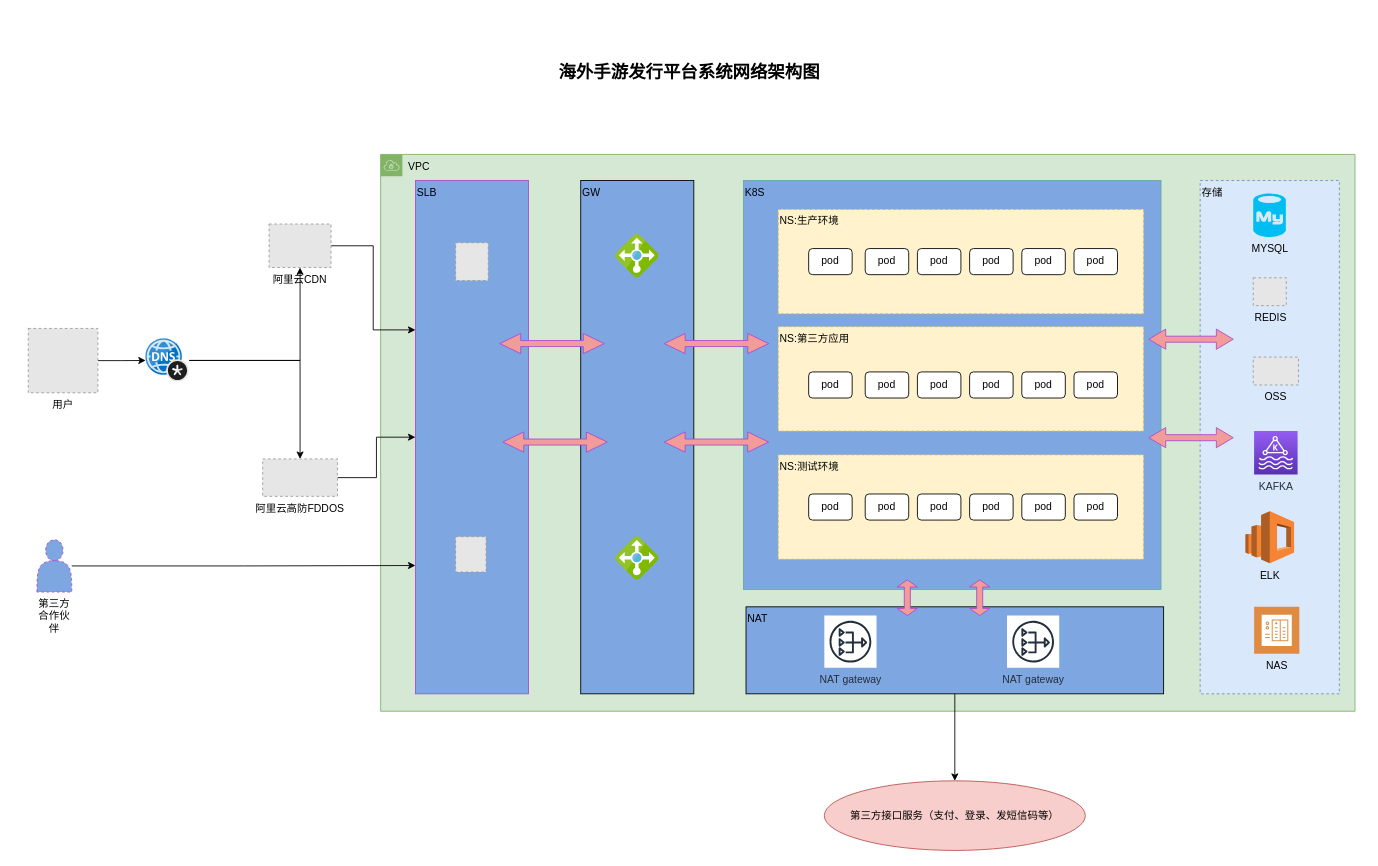
The draw.io diagram 未命名绘图.drawio in shijianhui/ops_doc, before the edit. Source tidied: cells renumbered, new cells numbered last; positions are measured from the earlier drawing's top-left corner, leaving out a move shared by most shapes. Both pictures are drawn from the tidied source at 87%, with x=0, y=0 at pixel (15, 15). Pictures stored in the file or linked from it are replaced by grey dashed boxes.
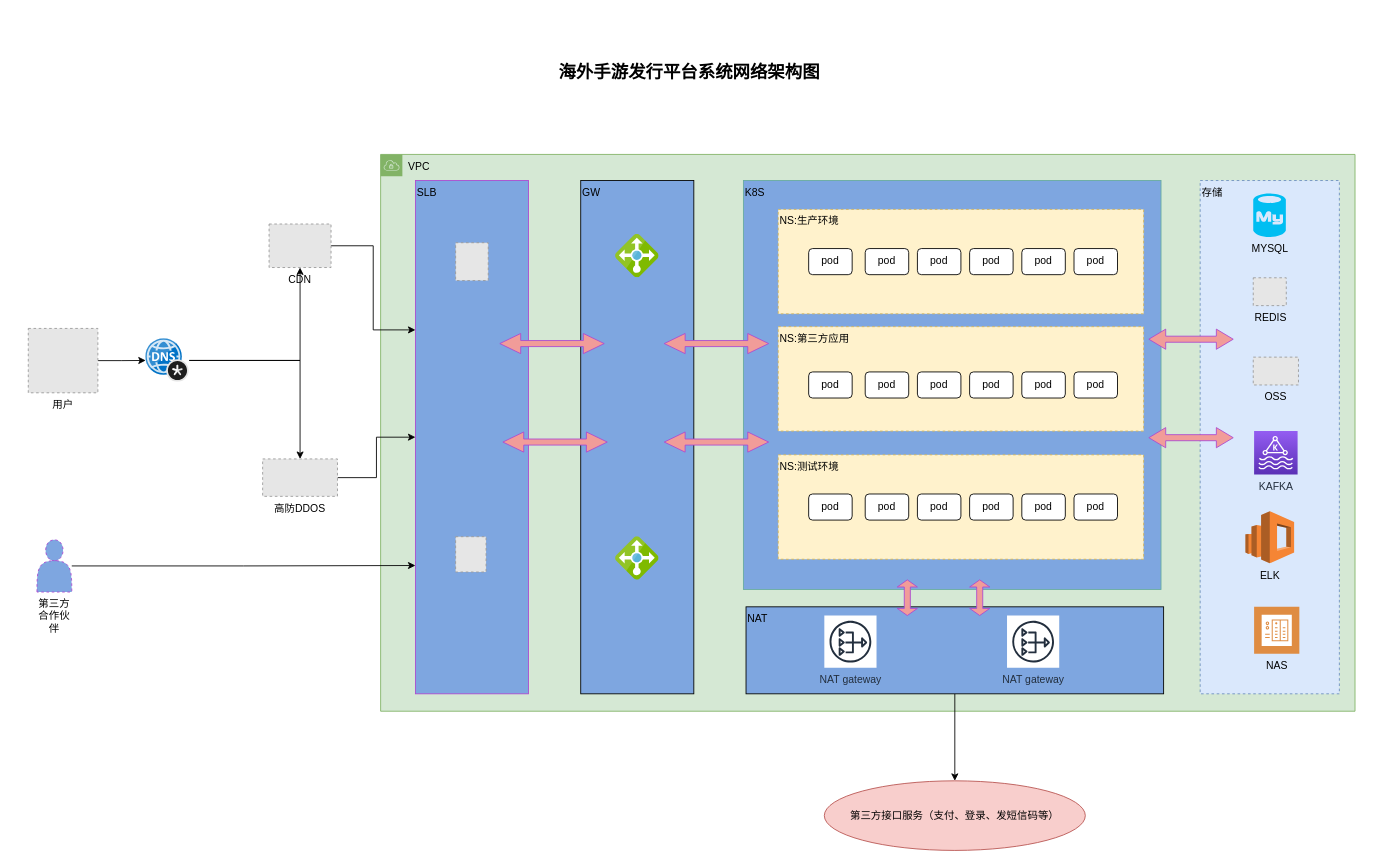
After the change.

Change to the diagram source:
```diff
@@
-    <mxCell id="5" value="阿里云CDN" style="fillColor=#E6E6E6;strokeColor=#999999;dashed=1;verticalLabelPosition=bottom;labelBackgroundColor=#ffffff;verticalAlign=top;" parent="1" vertex="1">
+    <mxCell id="5" value="CDN" style="fillColor=#E6E6E6;strokeColor=#999999;dashed=1;verticalLabelPosition=bottom;labelBackgroundColor=#ffffff;verticalAlign=top;" parent="1" vertex="1">
       <mxGeometry x="291.8" y="240" width="71.2" height="50" as="geometry" />
     </mxCell>
@@
-    <mxCell id="7" value="阿里云高防FDDOS" style="fillColor=#E6E6E6;strokeColor=#999999;dashed=1;verticalLabelPosition=bottom;labelBackgroundColor=#ffffff;verticalAlign=top;" parent="1" vertex="1">
+    <mxCell id="7" value="高防DDOS" style="fillColor=#E6E6E6;strokeColor=#999999;dashed=1;verticalLabelPosition=bottom;labelBackgroundColor=#ffffff;verticalAlign=top;" parent="1" vertex="1">
       <mxGeometry x="284.4" y="510" width="86" height="43" as="geometry" />
     </mxCell>
```
